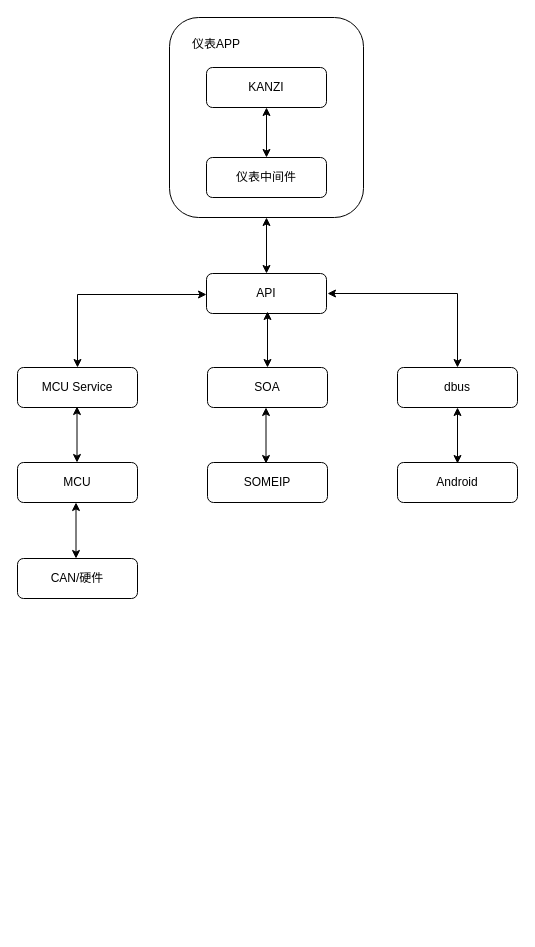
deminsight/bellwell60 keeps this draw.io diagram as 多屏互动.drawio. Above is the earlier version. Source tidied: cells renumbered, new cells numbered last; positions are measured from the earlier drawing's top-left corner, leaving out a move shared by most shapes. Both pictures are drawn from the tidied source at 100%, with x=0, y=0 at pixel (17, 17).
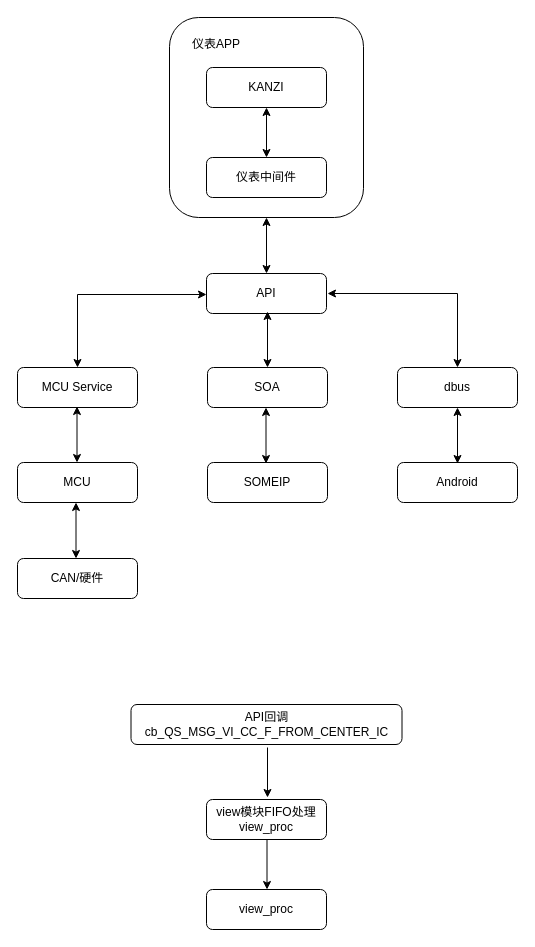
The same page after the edit.

Commit message:
更新多屏互动.drawio

What changed in the source:
```diff
@@
+    <mxCell id="23" value="API回调cb_QS_MSG_VI_CC_F_FROM_CENTER_IC" style="rounded=1;whiteSpace=wrap;html=1;fontSize=12;glass=0;strokeWidth=1;shadow=0;" parent="1" vertex="1">
+      <mxGeometry x="113.5" y="687" width="271" height="40" as="geometry" />
+    </mxCell>
+    <mxCell id="24" value="view模块FIFO处理view_proc" style="rounded=1;whiteSpace=wrap;html=1;fontSize=12;glass=0;strokeWidth=1;shadow=0;" parent="1" vertex="1">
+      <mxGeometry x="189" y="782" width="120" height="40" as="geometry" />
+    </mxCell>
+    <mxCell id="25" style="endArrow=classic;html=1;rounded=0;" parent="1" edge="1">
+      <mxGeometry relative="1" as="geometry">
+        <mxPoint x="250" y="730" as="sourcePoint" />
+        <mxPoint x="250" y="780" as="targetPoint" />
+      </mxGeometry>
+    </mxCell>
+    <mxCell id="26" value="view_proc" style="rounded=1;whiteSpace=wrap;html=1;fontSize=12;glass=0;strokeWidth=1;shadow=0;" parent="1" vertex="1">
+      <mxGeometry x="189" y="872" width="120" height="40" as="geometry" />
+    </mxCell>
+    <mxCell id="27" style="endArrow=classic;html=1;rounded=0;" parent="1" edge="1">
+      <mxGeometry relative="1" as="geometry">
+        <mxPoint x="249.5" y="822" as="sourcePoint" />
+        <mxPoint x="249.5" y="872" as="targetPoint" />
+      </mxGeometry>
+    </mxCell>
```
